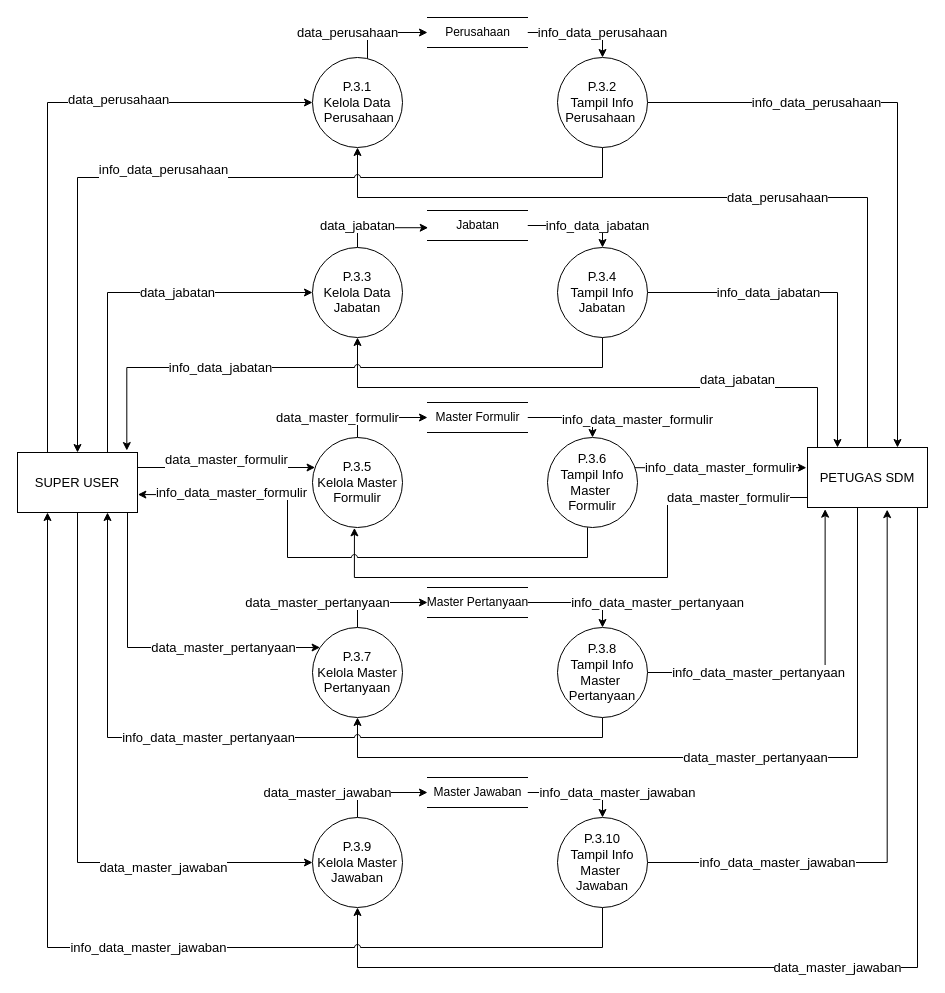
keys2505/tugas-akhir keeps this draw.io diagram as page "DFD P.3" (5 of 7) of DFD v2.drawio. Above is the earlier version. Source tidied: cells renumbered, new cells numbered last; positions are measured from the earlier drawing's top-left corner, leaving out a move shared by most shapes. Both pictures are drawn from the tidied source at 100%, with x=0, y=0 at pixel (17, 17).
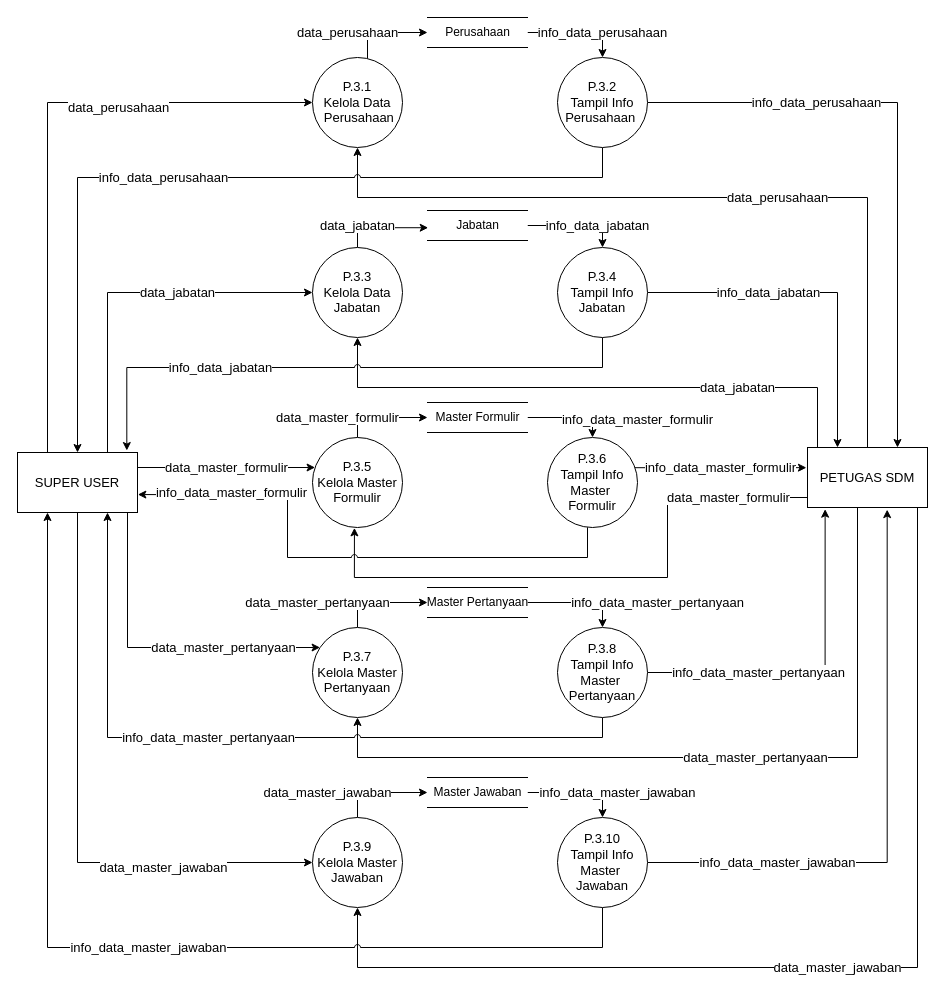
After the change.

Unchanged cells that the change refers to:
```xml
<mxCell id="3" value="&lt;div style=&quot;font-size: 13px;&quot;&gt;P.3.1&lt;/div&gt;&lt;div style=&quot;font-size: 13px;&quot;&gt;Kelola Data&lt;/div&gt;&lt;div style=&quot;font-size: 13px;&quot;&gt;&amp;nbsp;Perusahaan&lt;br style=&quot;font-size: 13px;&quot;&gt;&lt;/div&gt;" style="ellipse;whiteSpace=wrap;html=1;fontSize=13;" parent="1" vertex="1">
  <mxGeometry x="295" y="40" width="90" height="90" as="geometry" />
</mxCell>
<mxCell id="11" value="PETUGAS SDM" style="rounded=0;whiteSpace=wrap;html=1;fontSize=13;" parent="1" vertex="1">
  <mxGeometry x="790" y="430" width="120" height="60" as="geometry" />
</mxCell>
<mxCell id="17" value="SUPER USER" style="rounded=0;whiteSpace=wrap;html=1;fontSize=13;" parent="1" vertex="1">
  <mxGeometry y="435" width="120" height="60" as="geometry" />
</mxCell>
<mxCell id="20" value="&lt;div style=&quot;font-size: 13px;&quot;&gt;P.3.2&lt;/div&gt;&lt;div style=&quot;font-size: 13px;&quot;&gt;Tampil Info&lt;/div&gt;&lt;div style=&quot;font-size: 13px;&quot;&gt;Perusahaan&amp;nbsp;&lt;br style=&quot;font-size: 13px;&quot;&gt;&lt;/div&gt;" style="ellipse;whiteSpace=wrap;html=1;fontSize=13;" parent="1" vertex="1">
  <mxGeometry x="540" y="40" width="90" height="90" as="geometry" />
</mxCell>
<mxCell id="22" value="&lt;div style=&quot;font-size: 13px;&quot;&gt;P.3.3&lt;/div&gt;&lt;div style=&quot;font-size: 13px;&quot;&gt;Kelola Data Jabatan&lt;/div&gt;" style="ellipse;whiteSpace=wrap;html=1;flipV=1;flipH=1;fontSize=13;" parent="1" vertex="1">
  <mxGeometry x="295" y="230" width="90" height="90" as="geometry" />
</mxCell>
<mxCell id="27" value="&lt;div style=&quot;font-size: 13px;&quot;&gt;P.3.5&lt;/div&gt;&lt;div style=&quot;font-size: 13px;&quot;&gt;Kelola Master Formulir&lt;/div&gt;" style="ellipse;whiteSpace=wrap;html=1;flipV=1;flipH=1;fontSize=13;" parent="1" vertex="1">
  <mxGeometry x="295" y="420" width="90" height="90" as="geometry" />
</mxCell>
```

What changed in the source:
```diff
@@
-    <mxCell id="7" value="&#10;&lt;span style=&quot;color: rgb(0, 0, 0); font-family: Helvetica; font-size: 13px; font-style: normal; font-variant-ligatures: normal; font-variant-caps: normal; font-weight: 400; letter-spacing: normal; orphans: 2; text-align: center; text-indent: 0px; text-transform: none; widows: 2; word-spacing: 0px; -webkit-text-stroke-width: 0px; background-color: rgb(255, 255, 255); text-decoration-thickness: initial; text-decoration-style: initial; text-decoration-color: initial; float: none; display: inline !important;&quot;&gt;data_jabatan&lt;/span&gt;&#10;&#10;" style="edgeStyle=orthogonalEdgeStyle;rounded=0;jettySize=auto;html=1;fontSize=13;" parent="1" edge="1" source="11" target="22">
+    <mxCell id="7" value="&lt;span style=&quot;color: rgb(0, 0, 0); font-family: Helvetica; font-size: 13px; font-style: normal; font-variant-ligatures: normal; font-variant-caps: normal; font-weight: 400; letter-spacing: normal; orphans: 2; text-align: center; text-indent: 0px; text-transform: none; widows: 2; word-spacing: 0px; -webkit-text-stroke-width: 0px; background-color: rgb(255, 255, 255); text-decoration-thickness: initial; text-decoration-style: initial; text-decoration-color: initial; float: none; display: inline !important;&quot;&gt;data_jabatan&lt;/span&gt;" style="edgeStyle=orthogonalEdgeStyle;rounded=0;jettySize=auto;html=1;fontSize=13;" parent="1" edge="1" source="11" target="22">
       <mxGeometry x="-0.51" relative="1" as="geometry">
         <Array as="points">
           <mxPoint x="800" y="370" />
           <mxPoint x="340" y="370" />
         </Array>
       </mxGeometry>
     </mxCell>
@@
-    <mxCell id="12" value="&#10;&lt;span style=&quot;color: rgb(0, 0, 0); font-family: Helvetica; font-size: 13px; font-style: normal; font-variant-ligatures: normal; font-variant-caps: normal; font-weight: 400; letter-spacing: normal; orphans: 2; text-align: center; text-indent: 0px; text-transform: none; widows: 2; word-spacing: 0px; -webkit-text-stroke-width: 0px; background-color: rgb(255, 255, 255); text-decoration-thickness: initial; text-decoration-style: initial; text-decoration-color: initial; float: none; display: inline !important;&quot;&gt;data_master_formulir&lt;/span&gt;&#10;&#10;" style="edgeStyle=orthogonalEdgeStyle;rounded=0;jettySize=auto;html=1;fontSize=13;" parent="1" edge="1" source="17" target="27">
+    <mxCell id="12" value="&lt;span style=&quot;color: rgb(0, 0, 0); font-family: Helvetica; font-size: 13px; font-style: normal; font-variant-ligatures: normal; font-variant-caps: normal; font-weight: 400; letter-spacing: normal; orphans: 2; text-align: center; text-indent: 0px; text-transform: none; widows: 2; word-spacing: 0px; -webkit-text-stroke-width: 0px; background-color: rgb(255, 255, 255); text-decoration-thickness: initial; text-decoration-style: initial; text-decoration-color: initial; float: none; display: inline !important;&quot;&gt;data_master_formulir&lt;/span&gt;" style="edgeStyle=orthogonalEdgeStyle;rounded=0;jettySize=auto;html=1;fontSize=13;" parent="1" edge="1" source="17" target="27">
       <mxGeometry relative="1" as="geometry">
         <Array as="points">
           <mxPoint x="210" y="450" />
           <mxPoint x="210" y="450" />
         </Array>
       </mxGeometry>
     </mxCell>
@@
-    <mxCell id="14" value="&#10;&lt;span style=&quot;color: rgb(0, 0, 0); font-family: Helvetica; font-size: 13px; font-style: normal; font-variant-ligatures: normal; font-variant-caps: normal; font-weight: 400; letter-spacing: normal; orphans: 2; text-align: center; text-indent: 0px; text-transform: none; widows: 2; word-spacing: 0px; -webkit-text-stroke-width: 0px; background-color: rgb(255, 255, 255); text-decoration-thickness: initial; text-decoration-style: initial; text-decoration-color: initial; float: none; display: inline !important;&quot;&gt;data_perusahaan&lt;/span&gt;&#10;&#10;" style="edgeStyle=orthogonalEdgeStyle;rounded=0;jettySize=auto;html=1;entryX=0;entryY=0.5;entryDx=0;entryDy=0;fontSize=13;" parent="1" edge="1" source="17" target="3">
+    <mxCell id="14" value="&lt;span style=&quot;color: rgb(0, 0, 0); font-family: Helvetica; font-size: 13px; font-style: normal; font-variant-ligatures: normal; font-variant-caps: normal; font-weight: 400; letter-spacing: normal; orphans: 2; text-align: center; text-indent: 0px; text-transform: none; widows: 2; word-spacing: 0px; -webkit-text-stroke-width: 0px; background-color: rgb(255, 255, 255); text-decoration-thickness: initial; text-decoration-style: initial; text-decoration-color: initial; float: none; display: inline !important;&quot;&gt;data_perusahaan&lt;/span&gt;" style="edgeStyle=orthogonalEdgeStyle;rounded=0;jettySize=auto;html=1;entryX=0;entryY=0.5;entryDx=0;entryDy=0;fontSize=13;" parent="1" edge="1" source="17" target="3">
       <mxGeometry x="0.37" y="-5" relative="1" as="geometry">
         <Array as="points">
           <mxPoint x="30" y="85" />
         </Array>
       </mxGeometry>
     </mxCell>
@@
-    <mxCell id="18" value="&#10;&lt;span style=&quot;color: rgb(0, 0, 0); font-family: Helvetica; font-size: 13px; font-style: normal; font-variant-ligatures: normal; font-variant-caps: normal; font-weight: 400; letter-spacing: normal; orphans: 2; text-align: center; text-indent: 0px; text-transform: none; widows: 2; word-spacing: 0px; -webkit-text-stroke-width: 0px; background-color: rgb(255, 255, 255); text-decoration-thickness: initial; text-decoration-style: initial; text-decoration-color: initial; float: none; display: inline !important;&quot;&gt;info_data_perusahaan&lt;/span&gt;&#10;&#10;" style="edgeStyle=orthogonalEdgeStyle;rounded=0;jettySize=auto;html=1;entryX=0.5;entryY=0;entryDx=0;entryDy=0;jumpStyle=arc;fontSize=13;" parent="1" edge="1" source="20" target="17">
+    <mxCell id="18" value="&lt;span style=&quot;color: rgb(0, 0, 0); font-family: Helvetica; font-size: 13px; font-style: normal; font-variant-ligatures: normal; font-variant-caps: normal; font-weight: 400; letter-spacing: normal; orphans: 2; text-align: center; text-indent: 0px; text-transform: none; widows: 2; word-spacing: 0px; -webkit-text-stroke-width: 0px; background-color: rgb(255, 255, 255); text-decoration-thickness: initial; text-decoration-style: initial; text-decoration-color: initial; float: none; display: inline !important;&quot;&gt;info_data_perusahaan&lt;/span&gt;" style="edgeStyle=orthogonalEdgeStyle;rounded=0;jettySize=auto;html=1;entryX=0.5;entryY=0;entryDx=0;entryDy=0;jumpStyle=arc;fontSize=13;" parent="1" edge="1" source="20" target="17">
       <mxGeometry x="0.13" relative="1" as="geometry">
         <Array as="points">
           <mxPoint x="585" y="160" />
           <mxPoint x="60" y="160" />
         </Array>
       </mxGeometry>
     </mxCell>
```
